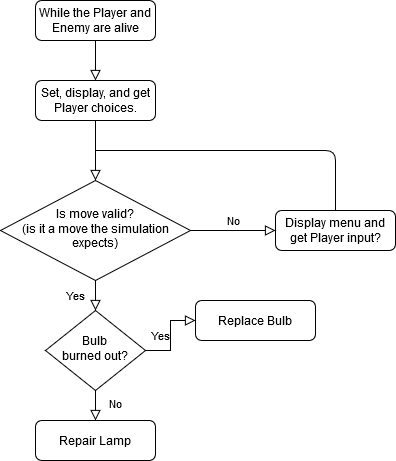
The draw.io diagram KK_CombatLoop.png in JulesDaKing/KnumberKnights, before a commit. Source tidied: cells renumbered, new cells last; positions are measured from the earlier drawing's top-left corner, leaving out a move shared by most shapes.
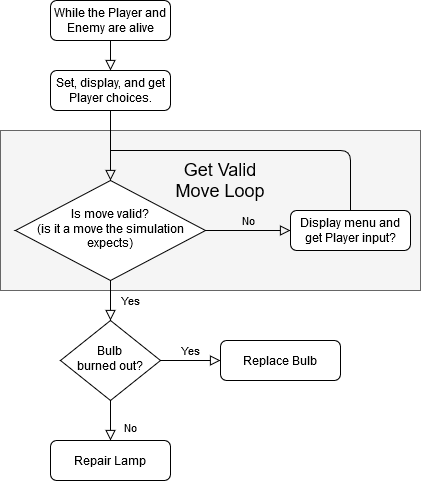
After the commit.

Diff of the diagram source:
```diff
@@ -2,11 +2,14 @@
   <root>
     <mxCell id="0" />
     <mxCell id="1" parent="0" />
+    <mxCell id="16" style="rounded=0;whiteSpace=wrap;html=1;fillColor=#f5f5f5;strokeColor=#666666;fontColor=#333333;" parent="1" vertex="1">
+      <mxGeometry x="79" y="210" width="420" height="160" as="geometry" />
+    </mxCell>
     <mxCell id="2" style="rounded=0;html=1;jettySize=auto;fontSize=11;endArrow=block;endFill=0;endSize=8;strokeWidth=1;shadow=0;labelBackgroundColor=none;edgeStyle=orthogonalEdgeStyle;entryX=0.5;entryY=0;entryDx=0;entryDy=0;" parent="1" edge="1" source="3" target="14">
       <mxGeometry relative="1" as="geometry" />
     </mxCell>
     <mxCell id="3" value="While the Player and Enemy are alive" style="rounded=1;whiteSpace=wrap;html=1;fontSize=12;glass=0;strokeWidth=1;shadow=0;" parent="1" vertex="1">
-      <mxGeometry x="35" width="120" height="40" as="geometry" />
+      <mxGeometry x="129" y="80" width="120" height="40" as="geometry" />
     </mxCell>
     <mxCell id="4" value="Yes" style="rounded=0;html=1;jettySize=auto;fontSize=11;endArrow=block;endFill=0;endSize=8;strokeWidth=1;shadow=0;labelBackgroundColor=none;edgeStyle=orthogonalEdgeStyle;" parent="1" edge="1" source="6" target="10">
       <mxGeometry y="20" relative="1" as="geometry" />
@@ -15,10 +18,10 @@
       <mxGeometry y="10" relative="1" as="geometry" />
     </mxCell>
     <mxCell id="6" value="&lt;div&gt;Is move valid?&lt;/div&gt;&lt;div&gt;(is it a move the simulation expects)&lt;br&gt;&lt;/div&gt;" style="rhombus;whiteSpace=wrap;html=1;shadow=0;fontFamily=Helvetica;fontSize=12;align=center;strokeWidth=1;spacing=6;spacingTop=-4;" parent="1" vertex="1">
-      <mxGeometry y="180" width="190" height="100" as="geometry" />
+      <mxGeometry x="94" y="260" width="190" height="100" as="geometry" />
     </mxCell>
     <mxCell id="7" value="Display menu and get Player input?" style="rounded=1;whiteSpace=wrap;html=1;fontSize=12;glass=0;strokeWidth=1;shadow=0;" parent="1" vertex="1">
-      <mxGeometry x="275" y="210" width="120" height="40" as="geometry" />
+      <mxGeometry x="369" y="290" width="120" height="40" as="geometry" />
     </mxCell>
     <mxCell id="8" value="No" style="rounded=0;html=1;jettySize=auto;fontSize=11;endArrow=block;endFill=0;endSize=8;strokeWidth=1;shadow=0;labelBackgroundColor=none;edgeStyle=orthogonalEdgeStyle;" parent="1" edge="1" source="10" target="11">
       <mxGeometry x="0.33" y="20" relative="1" as="geometry" />
@@ -27,27 +30,30 @@
       <mxGeometry y="10" relative="1" as="geometry" />
     </mxCell>
     <mxCell id="10" value="Bulb&lt;br&gt;burned out?" style="rhombus;whiteSpace=wrap;html=1;shadow=0;fontFamily=Helvetica;fontSize=12;align=center;strokeWidth=1;spacing=6;spacingTop=-4;" parent="1" vertex="1">
-      <mxGeometry x="45" y="310" width="100" height="80" as="geometry" />
+      <mxGeometry x="139" y="400" width="100" height="80" as="geometry" />
     </mxCell>
     <mxCell id="11" value="Repair Lamp" style="rounded=1;whiteSpace=wrap;html=1;fontSize=12;glass=0;strokeWidth=1;shadow=0;" parent="1" vertex="1">
-      <mxGeometry x="35" y="420" width="120" height="40" as="geometry" />
+      <mxGeometry x="129" y="520" width="120" height="40" as="geometry" />
     </mxCell>
     <mxCell id="12" value="Replace Bulb" style="rounded=1;whiteSpace=wrap;html=1;fontSize=12;glass=0;strokeWidth=1;shadow=0;" parent="1" vertex="1">
-      <mxGeometry x="195" y="300" width="120" height="40" as="geometry" />
+      <mxGeometry x="299" y="420" width="120" height="40" as="geometry" />
     </mxCell>
     <mxCell id="13" style="edgeStyle=orthogonalEdgeStyle;rounded=0;jettySize=auto;html=1;endArrow=block;endFill=0;endSize=8;" parent="1" edge="1" source="14" target="6">
       <mxGeometry relative="1" as="geometry" />
     </mxCell>
     <mxCell id="14" value="Set, display, and get Player choices." style="rounded=1;whiteSpace=wrap;html=1;" parent="1" vertex="1">
-      <mxGeometry x="35" y="80" width="120" height="40" as="geometry" />
+      <mxGeometry x="129" y="150" width="120" height="40" as="geometry" />
     </mxCell>
     <mxCell id="15" style="endArrow=none;html=1;exitX=0.5;exitY=0;exitDx=0;exitDy=0;" parent="1" edge="1" source="7">
       <mxGeometry relative="1" as="geometry">
-        <mxPoint x="95" y="150" as="targetPoint" />
+        <mxPoint x="189" y="230" as="targetPoint" />
         <Array as="points">
-          <mxPoint x="335" y="150" />
+          <mxPoint x="429" y="230" />
         </Array>
       </mxGeometry>
     </mxCell>
+    <mxCell id="17" value="&lt;font style=&quot;font-size: 18px&quot;&gt;Get Valid Move Loop&lt;/font&gt;" style="text;html=1;strokeColor=none;fillColor=none;align=center;verticalAlign=middle;whiteSpace=wrap;rounded=0;" parent="1" vertex="1">
+      <mxGeometry x="249" y="250" width="100" height="20" as="geometry" />
+    </mxCell>
   </root>
 </mxGraphModel>
```
